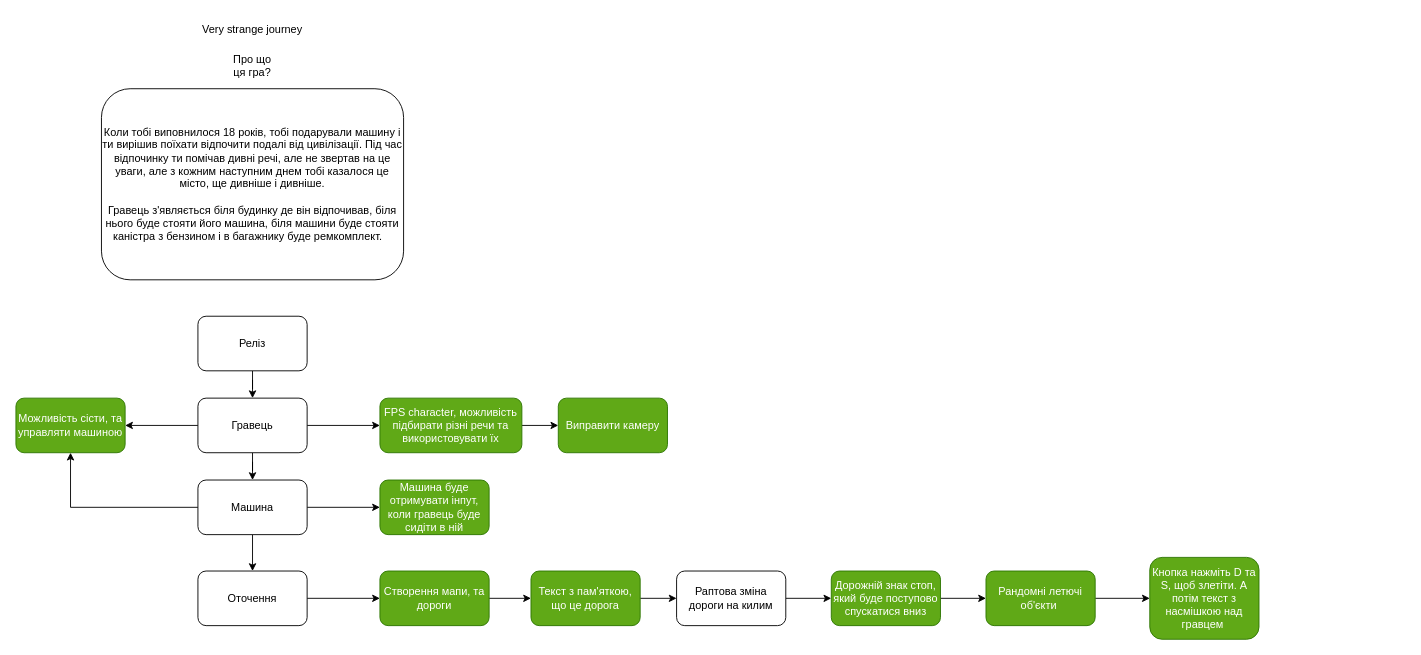
The draw.io diagram Roadmap.drawio in Gamedevenri/Very-strange-journey, before the edit. Source tidied: cells renumbered, new cells numbered last; positions are measured from the earlier drawing's top-left corner, leaving out a move shared by most shapes. Both pictures are drawn from the tidied source at 91%, with x=0, y=0 at pixel (15, 15).
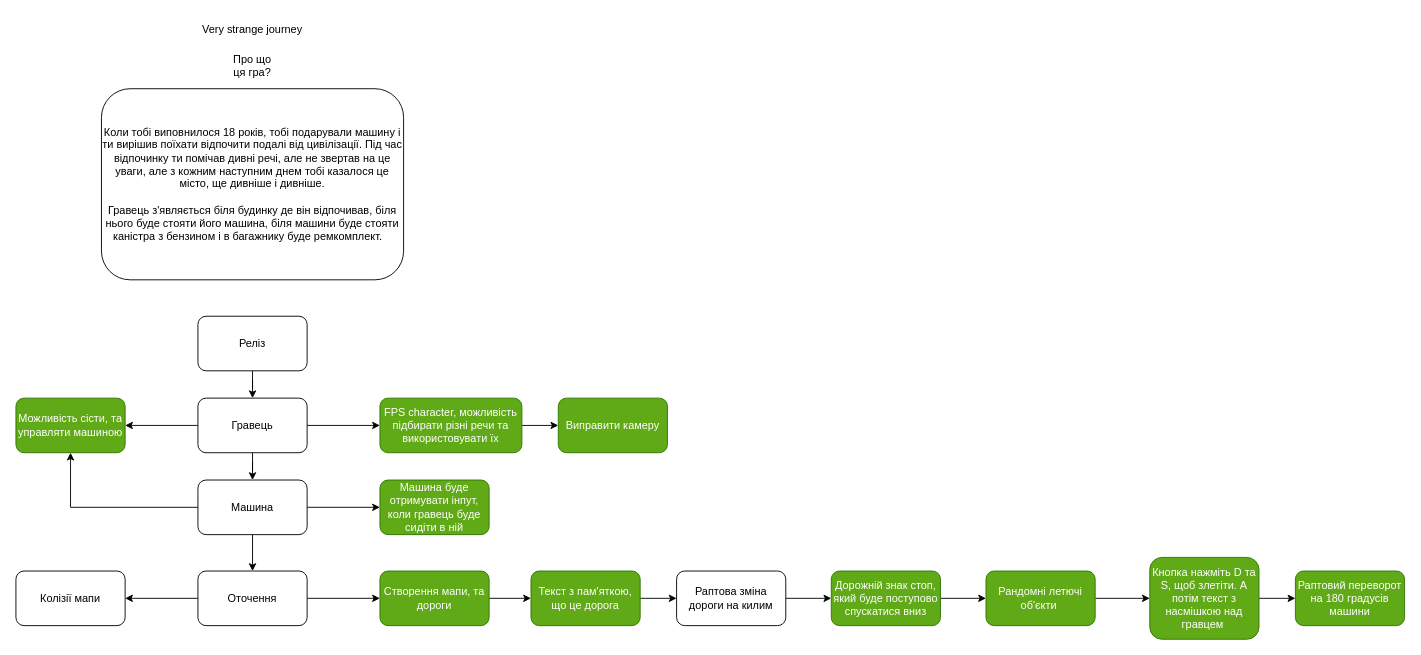
After the change.

Unchanged cells that the change refers to:
```xml
<mxCell id="20" value="Оточення" style="whiteSpace=wrap;html=1;rounded=1;" parent="1" vertex="1">
  <mxGeometry x="200" y="610" width="120" height="60" as="geometry" />
</mxCell>
<mxCell id="32" value="Кнопка нажміть D та S, щоб злетіти. А потім текст з насмішкою над гравцем&amp;nbsp;" style="whiteSpace=wrap;html=1;rounded=1;fillColor=#60a917;fontColor=#ffffff;strokeColor=#2D7600;" parent="1" vertex="1">
  <mxGeometry x="1246" y="595" width="120" height="90" as="geometry" />
</mxCell>
```

What changed in the source:
```diff
@@
+    <mxCell id="33" style="edgeStyle=orthogonalEdgeStyle;rounded=0;jettySize=auto;html=1;" parent="1" edge="1" source="20" target="35">
+      <mxGeometry relative="1" as="geometry" />
+    </mxCell>
@@
+    <mxCell id="34" style="edgeStyle=orthogonalEdgeStyle;rounded=0;jettySize=auto;html=1;" parent="1" edge="1" source="32" target="36">
+      <mxGeometry relative="1" as="geometry" />
+    </mxCell>
@@
+    <mxCell id="35" value="Колізії мапи" style="whiteSpace=wrap;html=1;rounded=1;" parent="1" vertex="1">
+      <mxGeometry y="610" width="120" height="60" as="geometry" />
+    </mxCell>
+    <mxCell id="36" value="Раптовий переворот на 180 градусів машини" style="whiteSpace=wrap;html=1;rounded=1;fillColor=#60a917;fontColor=#ffffff;strokeColor=#2D7600;" parent="1" vertex="1">
+      <mxGeometry x="1406" y="610" width="120" height="60" as="geometry" />
+    </mxCell>
```
